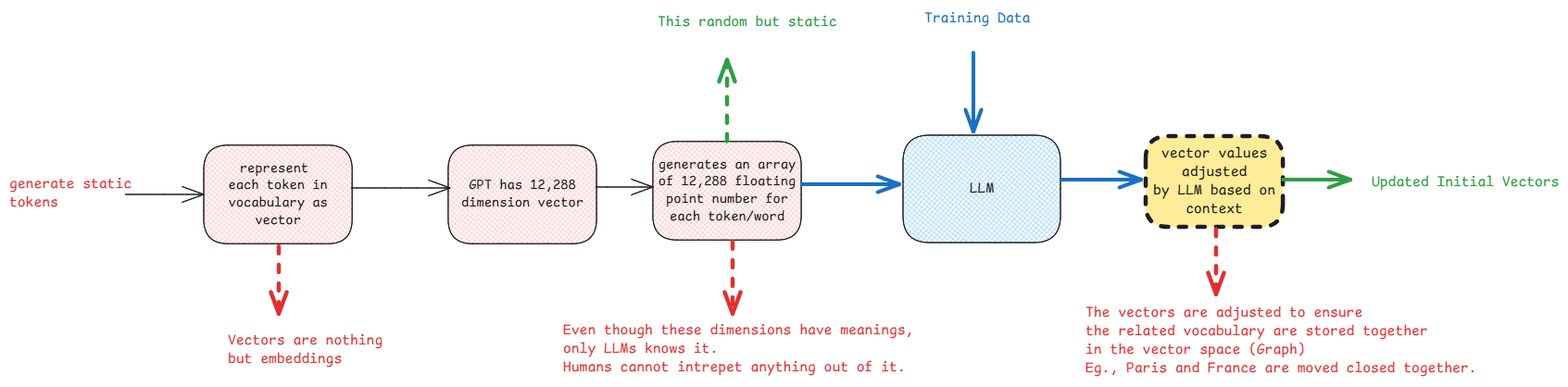
Earlier version of the Excalidraw export static/img/input-tokens.excalidraw.png (swaroopar/inprogress-engineer). Source tidied: one line per element, renumbered; positions are measured from the earlier drawing's top-left corner, leaving out a move shared by most shapes.
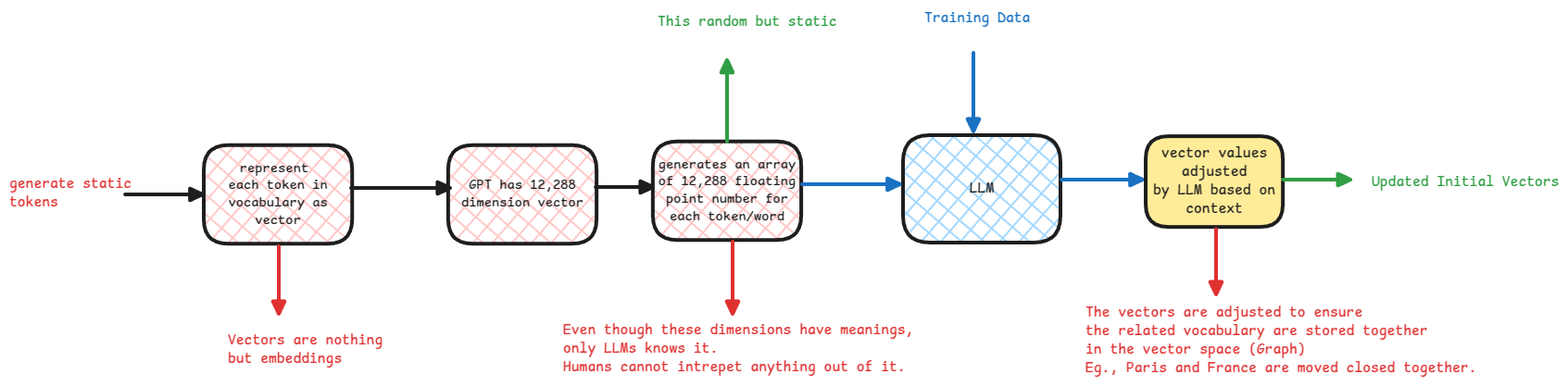
After the commit.

The edit, as a diff of the source:
```diff
@@ -1,28 +1,28 @@
-{"id": 0, "type": "rectangle", "strokeColor": "#1e1e1e", "backgroundColor": "#a5d8ff", "fillStyle": "cross-hatch", "strokeWidth": 1, "roughness": 0, "round": true, "x": 965, "y": 136, "width": 170, "height": 116}
+{"id": 0, "type": "rectangle", "strokeColor": "#1e1e1e", "backgroundColor": "#a5d8ff", "fillStyle": "cross-hatch", "strokeWidth": 4, "roughness": 0, "round": true, "x": 965, "y": 136, "width": 170, "height": 116}
 {"id": 1, "type": "text", "text": "LLM", "strokeColor": "#1e1e1e", "strokeWidth": 2, "roughness": 1, "fontSize": 16, "fontFamily": 8, "textAlign": "center", "verticalAlign": "middle", "inside": 0, "x": 1037, "y": 184, "width": 26, "height": 20}
-{"id": 2, "type": "arrow", "strokeColor": "#1e1e1e", "strokeWidth": 1, "roughness": 0, "endArrowhead": "arrow", "round": true, "x": 125, "y": 200, "width": 85, "height": 0, "points": [[0, 0], [85, 0]]}
+{"id": 2, "type": "arrow", "strokeColor": "#1e1e1e", "strokeWidth": 4, "roughness": 0, "endArrowhead": "triangle", "from": 15, "x": 125, "y": 200, "width": 84, "height": 0, "points": [[0, 0], [84, 0]]}
-{"id": 3, "type": "rectangle", "strokeColor": "#1e1e1e", "backgroundColor": "#ffc9c9", "fillStyle": "cross-hatch", "strokeWidth": 1, "roughness": 0, "round": true, "x": 210, "y": 147, "width": 160, "height": 107}
+{"id": 3, "type": "rectangle", "strokeColor": "#1e1e1e", "backgroundColor": "#ffc9c9", "fillStyle": "cross-hatch", "strokeWidth": 4, "roughness": 0, "round": true, "x": 210, "y": 147, "width": 160, "height": 107}
 {"id": 4, "type": "text", "text": "represent \neach token in\nvocabulary as\nvector", "strokeColor": "#1e1e1e", "strokeWidth": 1, "roughness": 0, "fontSize": 15.02, "fontFamily": 8, "textAlign": "center", "verticalAlign": "middle", "inside": 3, "x": 236, "y": 162, "width": 107, "height": 75}
-{"id": 5, "type": "rectangle", "strokeColor": "#1e1e1e", "backgroundColor": "#ffc9c9", "fillStyle": "cross-hatch", "strokeWidth": 1, "roughness": 0, "round": true, "x": 474, "y": 147, "width": 160, "height": 107}
+{"id": 5, "type": "rectangle", "strokeColor": "#1e1e1e", "backgroundColor": "#ffc9c9", "fillStyle": "cross-hatch", "strokeWidth": 4, "roughness": 0, "round": true, "x": 474, "y": 147, "width": 160, "height": 107}
 {"id": 6, "type": "text", "text": "GPT has 12,288\ndimension vector", "strokeColor": "#1e1e1e", "strokeWidth": 1, "roughness": 0, "fontSize": 15.02, "fontFamily": 8, "textAlign": "center", "verticalAlign": "middle", "inside": 5, "x": 488, "y": 181, "width": 132, "height": 38}
-{"id": 7, "type": "rectangle", "strokeColor": "#1e1e1e", "backgroundColor": "#ffc9c9", "fillStyle": "cross-hatch", "strokeWidth": 1, "roughness": 0, "round": true, "x": 695, "y": 143, "width": 160, "height": 107}
+{"id": 7, "type": "rectangle", "strokeColor": "#1e1e1e", "backgroundColor": "#ffc9c9", "fillStyle": "cross-hatch", "strokeWidth": 4, "roughness": 0, "round": true, "x": 695, "y": 143, "width": 160, "height": 107}
 {"id": 8, "type": "text", "text": "generates an array\nof 12,288 floating\npoint number for\neach token/word", "strokeColor": "#1e1e1e", "strokeWidth": 1, "roughness": 0, "fontSize": 15.02, "fontFamily": 8, "textAlign": "center", "verticalAlign": "middle", "inside": 7, "x": 701, "y": 158, "width": 149, "height": 75}
-{"id": 9, "type": "arrow", "strokeColor": "#1e1e1e", "backgroundColor": "#ffc9c9", "fillStyle": "cross-hatch", "strokeWidth": 1, "roughness": 0, "endArrowhead": "arrow", "round": true, "x": 369, "y": 193, "width": 107, "height": 0, "points": [[0, 0], [107, 0]]}
+{"id": 9, "type": "arrow", "strokeColor": "#1e1e1e", "backgroundColor": "#ffc9c9", "fillStyle": "cross-hatch", "strokeWidth": 4, "roughness": 0, "endArrowhead": "triangle", "x": 369, "y": 193, "width": 107, "height": 0, "points": [[0, 0], [107, 0]]}
-{"id": 10, "type": "arrow", "strokeColor": "#1e1e1e", "backgroundColor": "#ffc9c9", "fillStyle": "cross-hatch", "strokeWidth": 1, "roughness": 0, "endArrowhead": "arrow", "round": true, "x": 633, "y": 192, "width": 62, "height": 0, "points": [[0, 0], [62, 0]]}
+{"id": 10, "type": "arrow", "strokeColor": "#1e1e1e", "backgroundColor": "#ffc9c9", "fillStyle": "cross-hatch", "strokeWidth": 4, "roughness": 0, "endArrowhead": "triangle", "x": 633, "y": 192, "width": 62, "height": 0, "points": [[0, 0], [62, 0]]}
-{"id": 11, "type": "arrow", "strokeColor": "#e03131", "strokeWidth": 4, "strokeStyle": "dashed", "roughness": 0, "endArrowhead": "arrow", "round": true, "x": 781, "y": 251, "width": 0, "height": 78, "points": [[0, 0], [0, 78]]}
+{"id": 11, "type": "arrow", "strokeColor": "#e03131", "strokeWidth": 4, "roughness": 0, "endArrowhead": "triangle", "round": true, "x": 781, "y": 251, "width": 0, "height": 78, "points": [[0, 0], [0, 78]]}
-{"id": 12, "type": "text", "text": "Even though these dimensions have meanings, \nonly LLMs knows it. \nHumans cannot intrepet anything out of it. ", "strokeColor": "#e03131", "strokeWidth": 4, "strokeStyle": "dashed", "roughness": 0, "fontSize": 16, "fontFamily": 8, "x": 598, "y": 337, "width": 387, "height": 60}
+{"id": 12, "type": "text", "text": "Even though these dimensions have meanings, \nonly LLMs knows it. \nHumans cannot intrepet anything out of it. ", "strokeColor": "#e03131", "strokeWidth": 4, "roughness": 0, "fontSize": 16, "fontFamily": 8, "x": 598, "y": 337, "width": 387, "height": 60}
-{"id": 13, "type": "arrow", "strokeColor": "#e03131", "strokeWidth": 4, "strokeStyle": "dashed", "roughness": 0, "endArrowhead": "arrow", "round": true, "from": 3, "x": 291, "y": 256, "width": 0, "height": 73, "points": [[0, 0], [0, 73]]}
+{"id": 13, "type": "arrow", "strokeColor": "#e03131", "strokeWidth": 4, "roughness": 0, "endArrowhead": "triangle", "round": true, "from": 3, "x": 291, "y": 256, "width": 0, "height": 73, "points": [[0, 0], [0, 73]]}
-{"id": 14, "type": "text", "text": "Vectors are nothing \nbut embeddings", "strokeColor": "#e03131", "strokeWidth": 4, "strokeStyle": "dashed", "roughness": 0, "fontSize": 16, "fontFamily": 8, "x": 236, "y": 348, "width": 176, "height": 40}
+{"id": 14, "type": "text", "text": "Vectors are nothing \nbut embeddings", "strokeColor": "#e03131", "strokeWidth": 4, "roughness": 0, "fontSize": 16, "fontFamily": 8, "x": 236, "y": 348, "width": 176, "height": 40}
-{"id": 15, "type": "text", "text": "generate static \ntokens", "strokeColor": "#e03131", "strokeWidth": 4, "strokeStyle": "dashed", "roughness": 0, "fontSize": 16, "fontFamily": 8, "x": 0, "y": 179, "width": 141, "height": 40}
+{"id": 15, "type": "text", "text": "generate static \ntokens", "strokeColor": "#e03131", "strokeWidth": 4, "roughness": 0, "fontSize": 16, "fontFamily": 8, "x": 0, "y": 179, "width": 141, "height": 40}
-{"id": 16, "type": "arrow", "strokeColor": "#2f9e44", "strokeWidth": 4, "strokeStyle": "dashed", "roughness": 0, "endArrowhead": "arrow", "round": true, "x": 775, "y": 143, "width": 0, "height": 88, "points": [[0, 0], [0, -88]]}
+{"id": 16, "type": "arrow", "strokeColor": "#2f9e44", "strokeWidth": 4, "roughness": 0, "endArrowhead": "triangle", "round": true, "x": 775, "y": 143, "width": 0, "height": 88, "points": [[0, 0], [0, -88]]}
-{"id": 17, "type": "text", "text": "This random but static", "strokeColor": "#2f9e44", "strokeWidth": 4, "strokeStyle": "dashed", "roughness": 0, "fontSize": 16, "fontFamily": 8, "x": 700, "y": 4, "width": 194, "height": 20}
+{"id": 17, "type": "text", "text": "This random but static", "strokeColor": "#2f9e44", "strokeWidth": 4, "roughness": 0, "fontSize": 16, "fontFamily": 8, "x": 700, "y": 4, "width": 194, "height": 20}
-{"id": 18, "type": "arrow", "strokeColor": "#1971c2", "strokeWidth": 4, "roughness": 0, "endArrowhead": "arrow", "round": true, "x": 856, "y": 189, "width": 105, "height": 0, "points": [[0, 0], [105, 0]]}
+{"id": 18, "type": "arrow", "strokeColor": "#1971c2", "strokeWidth": 4, "roughness": 0, "endArrowhead": "triangle", "from": 7, "x": 856, "y": 189, "width": 106, "height": 0, "points": [[0, 0], [106, 0]]}
-{"id": 19, "type": "arrow", "strokeColor": "#1971c2", "strokeWidth": 4, "roughness": 0, "endArrowhead": "arrow", "round": true, "x": 1041, "y": 47, "width": 0, "height": 85, "points": [[0, 0], [0, 85]]}
+{"id": 19, "type": "arrow", "strokeColor": "#1971c2", "strokeWidth": 4, "roughness": 0, "endArrowhead": "triangle", "round": true, "x": 1041, "y": 47, "width": 0, "height": 85, "points": [[0, 0], [0, 85]]}
 {"id": 20, "type": "text", "text": "Training Data", "strokeColor": "#1971c2", "strokeWidth": 4, "roughness": 0, "fontSize": 16, "fontFamily": 8, "x": 988, "y": 0, "width": 114, "height": 20}
-{"id": 21, "type": "arrow", "strokeColor": "#1971c2", "strokeWidth": 4, "roughness": 0, "endArrowhead": "arrow", "round": true, "x": 1136, "y": 184, "width": 86, "height": 0, "points": [[0, 0], [86, 0]]}
+{"id": 21, "type": "arrow", "strokeColor": "#1971c2", "strokeWidth": 4, "roughness": 0, "endArrowhead": "triangle", "from": 0, "x": 1136, "y": 184, "width": 88, "height": 0, "points": [[0, 0], [88, 0]]}
-{"id": 22, "type": "rectangle", "strokeColor": "#1e1e1e", "backgroundColor": "#ffec99", "fillStyle": "solid", "strokeWidth": 4, "strokeStyle": "dashed", "roughness": 0, "round": true, "x": 1227, "y": 137, "width": 148, "height": 98}
+{"id": 22, "type": "rectangle", "strokeColor": "#1e1e1e", "backgroundColor": "#ffec99", "fillStyle": "solid", "strokeWidth": 4, "roughness": 0, "round": true, "x": 1227, "y": 137, "width": 148, "height": 98}
 {"id": 23, "type": "text", "text": "vector values\nadjusted\nby LLM based on\ncontext", "strokeColor": "#1e1e1e", "strokeWidth": 4, "strokeStyle": "dashed", "roughness": 0, "fontSize": 16, "fontFamily": 8, "textAlign": "center", "verticalAlign": "middle", "inside": 22, "x": 1235, "y": 146, "width": 132, "height": 80}
-{"id": 24, "type": "arrow", "strokeColor": "#2f9e44", "strokeWidth": 4, "roughness": 0, "endArrowhead": "arrow", "x": 1375, "y": 184, "width": 73, "height": 0, "points": [[0, 0], [73, 0]]}
+{"id": 24, "type": "arrow", "strokeColor": "#2f9e44", "strokeWidth": 4, "roughness": 0, "endArrowhead": "triangle", "x": 1375, "y": 184, "width": 73, "height": 0, "points": [[0, 0], [73, 0]]}
 {"id": 25, "type": "text", "text": "Updated Initial Vectors", "strokeColor": "#2f9e44", "strokeWidth": 4, "roughness": 0, "fontSize": 16, "fontFamily": 8, "x": 1471, "y": 177, "width": 202, "height": 20}
-{"id": 26, "type": "arrow", "strokeColor": "#e03131", "strokeWidth": 4, "strokeStyle": "dashed", "roughness": 0, "endArrowhead": "arrow", "from": 22, "x": 1303, "y": 237, "width": 0, "height": 71, "points": [[0, 0], [0, 71]]}
+{"id": 26, "type": "arrow", "strokeColor": "#e03131", "strokeWidth": 4, "roughness": 0, "endArrowhead": "triangle", "from": 22, "x": 1303, "y": 237, "width": 0, "height": 71, "points": [[0, 0], [0, 71]]}
-{"id": 27, "type": "text", "text": "The vectors are adjusted to ensure \nthe related vocabulary are stored together \nin the vector space (Graph)\nEg., Paris and France are moved closed together.", "strokeColor": "#e03131", "strokeWidth": 4, "strokeStyle": "dashed", "roughness": 0, "fontSize": 16, "fontFamily": 8, "x": 1162, "y": 318, "width": 422, "height": 80}
+{"id": 27, "type": "text", "text": "The vectors are adjusted to ensure \nthe related vocabulary are stored together \nin the vector space (Graph)\nEg., Paris and France are moved closed together.", "strokeColor": "#e03131", "strokeWidth": 4, "roughness": 0, "fontSize": 16, "fontFamily": 8, "x": 1162, "y": 318, "width": 422, "height": 80}
```
